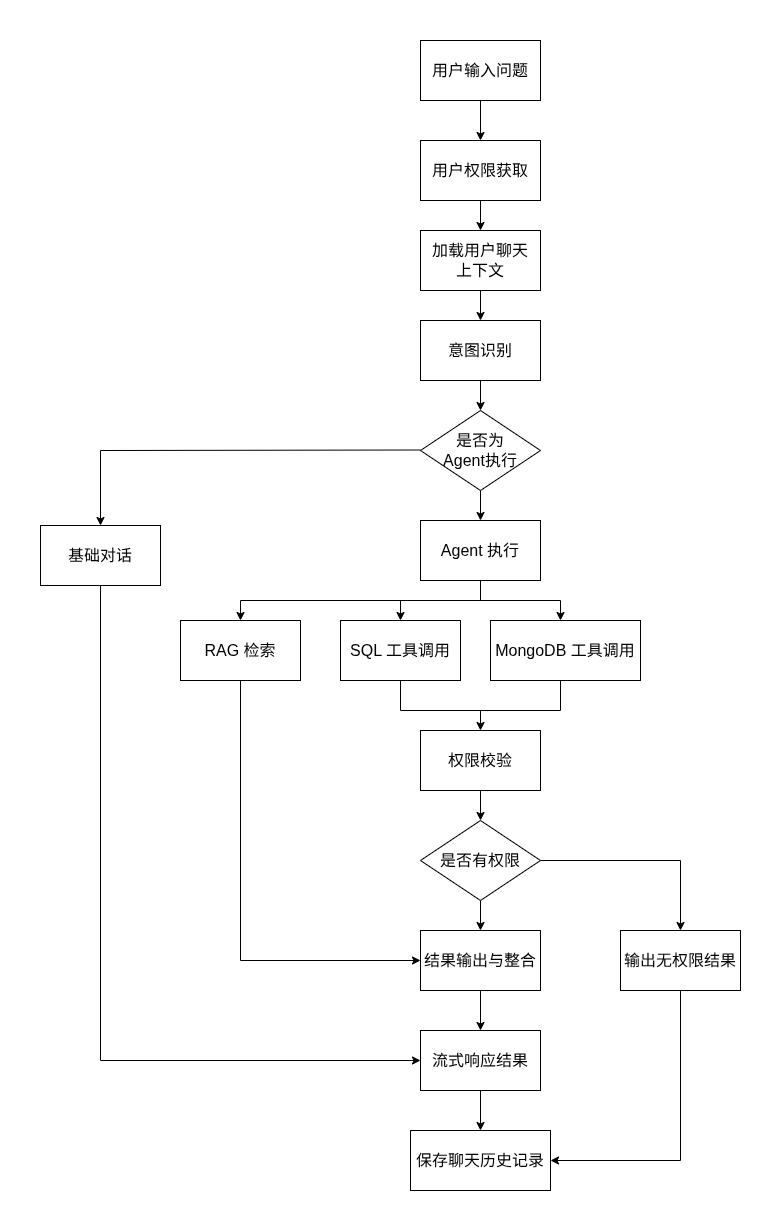
The draw.io diagram static/pic/flowchart/agent.drawio.png in hongch666/mix-web-demo, before a commit. Source tidied: cells renumbered, new cells last; positions are measured from the earlier drawing's top-left corner, leaving out a move shared by most shapes.
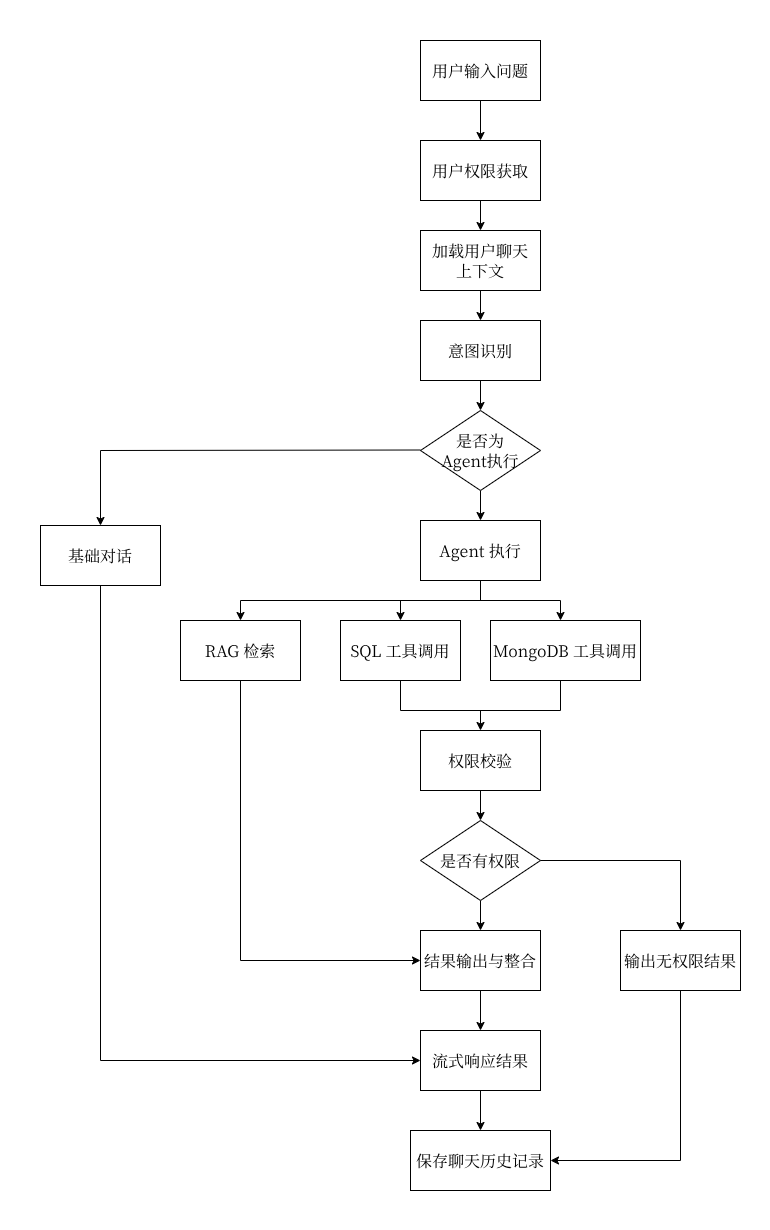
Later version of the same file.

What changed in the source:
```diff
@@ -2,200 +2,200 @@
   <root>
     <mxCell id="0" />
     <mxCell id="1" parent="0" />
-    <mxCell id="2" style="edgeStyle=none;html=1;exitX=0.5;exitY=1;exitDx=0;exitDy=0;entryX=0.5;entryY=0;entryDx=0;entryDy=0;fontSize=16;" parent="1" edge="1" source="3" target="5">
+    <mxCell id="2" style="edgeStyle=none;html=1;exitX=0.5;exitY=1;exitDx=0;exitDy=0;entryX=0.5;entryY=0;entryDx=0;entryDy=0;fontSize=16;fontFamily=宋体;" parent="1" edge="1" source="3" target="5">
       <mxGeometry relative="1" as="geometry" />
     </mxCell>
-    <mxCell id="3" value="用户输入问题" style="rounded=0;whiteSpace=wrap;html=1;fontSize=16;" parent="1" vertex="1">
+    <mxCell id="3" value="用户输入问题" style="rounded=0;whiteSpace=wrap;html=1;fontSize=16;fontFamily=宋体;" parent="1" vertex="1">
       <mxGeometry x="420" y="40" width="120" height="60" as="geometry" />
     </mxCell>
-    <mxCell id="4" style="edgeStyle=none;html=1;exitX=0.5;exitY=1;exitDx=0;exitDy=0;entryX=0.5;entryY=0;entryDx=0;entryDy=0;fontSize=16;" parent="1" edge="1" source="5" target="7">
+    <mxCell id="4" style="edgeStyle=none;html=1;exitX=0.5;exitY=1;exitDx=0;exitDy=0;entryX=0.5;entryY=0;entryDx=0;entryDy=0;fontSize=16;fontFamily=宋体;" parent="1" edge="1" source="5" target="7">
       <mxGeometry relative="1" as="geometry" />
     </mxCell>
-    <mxCell id="5" value="用户权限获取" style="rounded=0;whiteSpace=wrap;html=1;fontSize=16;" parent="1" vertex="1">
+    <mxCell id="5" value="用户权限获取" style="rounded=0;whiteSpace=wrap;html=1;fontSize=16;fontFamily=宋体;" parent="1" vertex="1">
       <mxGeometry x="420" y="140" width="120" height="60" as="geometry" />
     </mxCell>
-    <mxCell id="6" style="edgeStyle=none;html=1;exitX=0.5;exitY=1;exitDx=0;exitDy=0;entryX=0.5;entryY=0;entryDx=0;entryDy=0;fontSize=16;" parent="1" edge="1" source="7" target="9">
+    <mxCell id="6" style="edgeStyle=none;html=1;exitX=0.5;exitY=1;exitDx=0;exitDy=0;entryX=0.5;entryY=0;entryDx=0;entryDy=0;fontSize=16;fontFamily=宋体;" parent="1" edge="1" source="7" target="9">
       <mxGeometry relative="1" as="geometry" />
     </mxCell>
-    <mxCell id="7" value="加载用户聊天&lt;br&gt;上下文" style="rounded=0;whiteSpace=wrap;html=1;fontSize=16;" parent="1" vertex="1">
+    <mxCell id="7" value="加载用户聊天&lt;br&gt;上下文" style="rounded=0;whiteSpace=wrap;html=1;fontSize=16;fontFamily=宋体;" parent="1" vertex="1">
       <mxGeometry x="420" y="230" width="120" height="60" as="geometry" />
     </mxCell>
-    <mxCell id="8" style="edgeStyle=none;html=1;exitX=0.5;exitY=1;exitDx=0;exitDy=0;entryX=0.5;entryY=0;entryDx=0;entryDy=0;fontSize=16;" parent="1" edge="1" source="9" target="13">
+    <mxCell id="8" style="edgeStyle=none;html=1;exitX=0.5;exitY=1;exitDx=0;exitDy=0;entryX=0.5;entryY=0;entryDx=0;entryDy=0;fontSize=16;fontFamily=宋体;" parent="1" edge="1" source="9" target="13">
       <mxGeometry relative="1" as="geometry" />
     </mxCell>
-    <mxCell id="9" value="意图识别" style="rounded=0;whiteSpace=wrap;html=1;fontSize=16;" parent="1" vertex="1">
+    <mxCell id="9" value="意图识别" style="rounded=0;whiteSpace=wrap;html=1;fontSize=16;fontFamily=宋体;" parent="1" vertex="1">
       <mxGeometry x="420" y="320" width="120" height="60" as="geometry" />
     </mxCell>
-    <mxCell id="10" value="基础对话" style="rounded=0;whiteSpace=wrap;html=1;fontSize=16;" parent="1" vertex="1">
+    <mxCell id="10" value="基础对话" style="rounded=0;whiteSpace=wrap;html=1;fontSize=16;fontFamily=宋体;" parent="1" vertex="1">
       <mxGeometry x="40" y="525" width="120" height="60" as="geometry" />
     </mxCell>
-    <mxCell id="11" value="Agent 执行" style="rounded=0;whiteSpace=wrap;html=1;fontSize=16;" parent="1" vertex="1">
+    <mxCell id="11" value="Agent 执行" style="rounded=0;whiteSpace=wrap;html=1;fontSize=16;fontFamily=宋体;" parent="1" vertex="1">
       <mxGeometry x="420" y="520" width="120" height="60" as="geometry" />
     </mxCell>
-    <mxCell id="12" style="edgeStyle=none;html=1;exitX=0.5;exitY=1;exitDx=0;exitDy=0;entryX=0.5;entryY=0;entryDx=0;entryDy=0;fontSize=16;" parent="1" edge="1" source="13" target="11">
+    <mxCell id="12" style="edgeStyle=none;html=1;exitX=0.5;exitY=1;exitDx=0;exitDy=0;entryX=0.5;entryY=0;entryDx=0;entryDy=0;fontSize=16;fontFamily=宋体;" parent="1" edge="1" source="13" target="11">
       <mxGeometry relative="1" as="geometry" />
     </mxCell>
-    <mxCell id="13" value="是否为&lt;br&gt;Agent执行" style="rhombus;whiteSpace=wrap;html=1;fontSize=16;" parent="1" vertex="1">
+    <mxCell id="13" value="是否为&lt;br&gt;Agent执行" style="rhombus;whiteSpace=wrap;html=1;fontSize=16;fontFamily=宋体;" parent="1" vertex="1">
       <mxGeometry x="420" y="410" width="120" height="80" as="geometry" />
     </mxCell>
-    <mxCell id="14" style="edgeStyle=none;html=1;exitX=0.5;exitY=1;exitDx=0;exitDy=0;entryX=0.5;entryY=0;entryDx=0;entryDy=0;fontSize=16;" parent="1" edge="1" source="15" target="17">
+    <mxCell id="14" style="edgeStyle=none;html=1;exitX=0.5;exitY=1;exitDx=0;exitDy=0;entryX=0.5;entryY=0;entryDx=0;entryDy=0;fontSize=16;fontFamily=宋体;" parent="1" edge="1" source="15" target="17">
       <mxGeometry relative="1" as="geometry" />
     </mxCell>
-    <mxCell id="15" value="权限校验" style="rounded=0;whiteSpace=wrap;html=1;fontSize=16;" parent="1" vertex="1">
+    <mxCell id="15" value="权限校验" style="rounded=0;whiteSpace=wrap;html=1;fontSize=16;fontFamily=宋体;" parent="1" vertex="1">
       <mxGeometry x="420" y="730" width="120" height="60" as="geometry" />
     </mxCell>
-    <mxCell id="16" style="edgeStyle=none;html=1;exitX=0.5;exitY=1;exitDx=0;exitDy=0;entryX=0.5;entryY=0;entryDx=0;entryDy=0;fontSize=16;" parent="1" edge="1" source="17">
+    <mxCell id="16" style="edgeStyle=none;html=1;exitX=0.5;exitY=1;exitDx=0;exitDy=0;entryX=0.5;entryY=0;entryDx=0;entryDy=0;fontSize=16;fontFamily=宋体;" parent="1" edge="1" source="17">
       <mxGeometry relative="1" as="geometry">
         <mxPoint x="480" y="930" as="targetPoint" />
       </mxGeometry>
     </mxCell>
-    <mxCell id="17" value="是否有权限" style="rhombus;whiteSpace=wrap;html=1;fontSize=16;" parent="1" vertex="1">
+    <mxCell id="17" value="是否有权限" style="rhombus;whiteSpace=wrap;html=1;fontSize=16;fontFamily=宋体;" parent="1" vertex="1">
       <mxGeometry x="420" y="820" width="120" height="80" as="geometry" />
     </mxCell>
-    <mxCell id="18" value="输出无权限结果" style="rounded=0;whiteSpace=wrap;html=1;fontSize=16;" parent="1" vertex="1">
+    <mxCell id="18" value="输出无权限结果" style="rounded=0;whiteSpace=wrap;html=1;fontSize=16;fontFamily=宋体;" parent="1" vertex="1">
       <mxGeometry x="620" y="930" width="120" height="60" as="geometry" />
     </mxCell>
-    <mxCell id="19" value="SQL 工具调用" style="rounded=0;whiteSpace=wrap;html=1;fontSize=16;" parent="1" vertex="1">
+    <mxCell id="19" value="SQL 工具调用" style="rounded=0;whiteSpace=wrap;html=1;fontSize=16;fontFamily=宋体;" parent="1" vertex="1">
       <mxGeometry x="340" y="620" width="120" height="60" as="geometry" />
     </mxCell>
-    <mxCell id="20" value="RAG 检索" style="rounded=0;whiteSpace=wrap;html=1;fontSize=16;" parent="1" vertex="1">
+    <mxCell id="20" value="RAG 检索" style="rounded=0;whiteSpace=wrap;html=1;fontSize=16;fontFamily=宋体;" parent="1" vertex="1">
       <mxGeometry x="180" y="620" width="120" height="60" as="geometry" />
     </mxCell>
-    <mxCell id="21" value="MongoDB 工具调用" style="rounded=0;whiteSpace=wrap;html=1;fontSize=16;" parent="1" vertex="1">
+    <mxCell id="21" value="MongoDB 工具调用" style="rounded=0;whiteSpace=wrap;html=1;fontSize=16;fontFamily=宋体;" parent="1" vertex="1">
       <mxGeometry x="490" y="620" width="150" height="60" as="geometry" />
     </mxCell>
-    <mxCell id="22" style="edgeStyle=none;html=1;exitX=0.5;exitY=1;exitDx=0;exitDy=0;entryX=0.5;entryY=0;entryDx=0;entryDy=0;fontSize=16;" parent="1" edge="1" source="23" target="25">
+    <mxCell id="22" style="edgeStyle=none;html=1;exitX=0.5;exitY=1;exitDx=0;exitDy=0;entryX=0.5;entryY=0;entryDx=0;entryDy=0;fontSize=16;fontFamily=宋体;" parent="1" edge="1" source="23" target="25">
       <mxGeometry relative="1" as="geometry" />
     </mxCell>
-    <mxCell id="23" value="结果输出与整合" style="rounded=0;whiteSpace=wrap;html=1;fontSize=16;" parent="1" vertex="1">
+    <mxCell id="23" value="结果输出与整合" style="rounded=0;whiteSpace=wrap;html=1;fontSize=16;fontFamily=宋体;" parent="1" vertex="1">
       <mxGeometry x="420" y="930" width="120" height="60" as="geometry" />
     </mxCell>
-    <mxCell id="24" style="edgeStyle=none;html=1;exitX=0.5;exitY=1;exitDx=0;exitDy=0;entryX=0.5;entryY=0;entryDx=0;entryDy=0;fontSize=16;" parent="1" edge="1" source="25" target="26">
+    <mxCell id="24" style="edgeStyle=none;html=1;exitX=0.5;exitY=1;exitDx=0;exitDy=0;entryX=0.5;entryY=0;entryDx=0;entryDy=0;fontSize=16;fontFamily=宋体;" parent="1" edge="1" source="25" target="26">
       <mxGeometry relative="1" as="geometry" />
     </mxCell>
-    <mxCell id="25" value="流式响应结果" style="rounded=0;whiteSpace=wrap;html=1;fontSize=16;" parent="1" vertex="1">
+    <mxCell id="25" value="流式响应结果" style="rounded=0;whiteSpace=wrap;html=1;fontSize=16;fontFamily=宋体;" parent="1" vertex="1">
       <mxGeometry x="420" y="1030" width="120" height="60" as="geometry" />
     </mxCell>
-    <mxCell id="26" value="保存聊天历史记录" style="rounded=0;whiteSpace=wrap;html=1;fontSize=16;" parent="1" vertex="1">
+    <mxCell id="26" value="保存聊天历史记录" style="rounded=0;whiteSpace=wrap;html=1;fontSize=16;fontFamily=宋体;" parent="1" vertex="1">
       <mxGeometry x="410" y="1130" width="140" height="60" as="geometry" />
     </mxCell>
-    <mxCell id="27" style="endArrow=none;html=1;fontSize=16;" parent="1" edge="1">
+    <mxCell id="27" style="endArrow=none;html=1;fontSize=16;fontFamily=宋体;" parent="1" edge="1">
       <mxGeometry relative="1" as="geometry">
         <mxPoint x="100" y="450" as="sourcePoint" />
         <mxPoint x="420" y="449.5" as="targetPoint" />
       </mxGeometry>
     </mxCell>
-    <mxCell id="28" style="endArrow=classic;html=1;fontSize=16;entryX=0.5;entryY=0;entryDx=0;entryDy=0;" parent="1" edge="1" target="10">
+    <mxCell id="28" style="endArrow=classic;html=1;fontSize=16;entryX=0.5;entryY=0;entryDx=0;entryDy=0;fontFamily=宋体;" parent="1" edge="1" target="10">
       <mxGeometry relative="1" as="geometry">
         <mxPoint x="100" y="450" as="sourcePoint" />
       </mxGeometry>
     </mxCell>
-    <mxCell id="29" style="endArrow=none;html=1;fontSize=16;" parent="1" edge="1">
+    <mxCell id="29" style="endArrow=none;html=1;fontSize=16;fontFamily=宋体;" parent="1" edge="1">
       <mxGeometry relative="1" as="geometry">
         <mxPoint x="480" y="600" as="sourcePoint" />
         <mxPoint x="480" y="580" as="targetPoint" />
       </mxGeometry>
     </mxCell>
-    <mxCell id="30" style="endArrow=none;html=1;fontSize=16;" parent="1" edge="1">
+    <mxCell id="30" style="endArrow=none;html=1;fontSize=16;fontFamily=宋体;" parent="1" edge="1">
       <mxGeometry relative="1" as="geometry">
         <mxPoint x="240" y="600" as="sourcePoint" />
         <mxPoint x="560" y="600" as="targetPoint" />
       </mxGeometry>
     </mxCell>
-    <mxCell id="31" style="endArrow=classic;html=1;fontSize=16;" parent="1" edge="1" target="20">
+    <mxCell id="31" style="endArrow=classic;html=1;fontSize=16;fontFamily=宋体;" parent="1" edge="1" target="20">
       <mxGeometry relative="1" as="geometry">
         <mxPoint x="240" y="600" as="sourcePoint" />
       </mxGeometry>
     </mxCell>
-    <mxCell id="32" style="endArrow=classic;html=1;fontSize=16;entryX=0.5;entryY=0;entryDx=0;entryDy=0;" parent="1" edge="1" target="19">
+    <mxCell id="32" style="endArrow=classic;html=1;fontSize=16;entryX=0.5;entryY=0;entryDx=0;entryDy=0;fontFamily=宋体;" parent="1" edge="1" target="19">
       <mxGeometry relative="1" as="geometry">
         <mxPoint x="400" y="600" as="sourcePoint" />
       </mxGeometry>
     </mxCell>
-    <mxCell id="33" style="endArrow=classic;html=1;fontSize=16;" parent="1" edge="1">
+    <mxCell id="33" style="endArrow=classic;html=1;fontSize=16;fontFamily=宋体;" parent="1" edge="1">
       <mxGeometry relative="1" as="geometry">
         <mxPoint x="560" y="600" as="sourcePoint" />
         <mxPoint x="560" y="620" as="targetPoint" />
       </mxGeometry>
     </mxCell>
-    <mxCell id="34" style="endArrow=none;html=1;fontSize=16;" parent="1" edge="1">
+    <mxCell id="34" style="endArrow=none;html=1;fontSize=16;fontFamily=宋体;" parent="1" edge="1">
       <mxGeometry relative="1" as="geometry">
         <mxPoint x="400" y="710" as="sourcePoint" />
         <mxPoint x="400" y="680" as="targetPoint" />
       </mxGeometry>
     </mxCell>
-    <mxCell id="35" style="endArrow=none;html=1;fontSize=16;" parent="1" edge="1">
+    <mxCell id="35" style="endArrow=none;html=1;fontSize=16;fontFamily=宋体;" parent="1" edge="1">
       <mxGeometry relative="1" as="geometry">
         <mxPoint x="560" y="710" as="sourcePoint" />
         <mxPoint x="560" y="680" as="targetPoint" />
       </mxGeometry>
     </mxCell>
-    <mxCell id="36" style="endArrow=none;html=1;fontSize=16;" parent="1" edge="1">
+    <mxCell id="36" style="endArrow=none;html=1;fontSize=16;fontFamily=宋体;" parent="1" edge="1">
       <mxGeometry relative="1" as="geometry">
         <mxPoint x="400" y="710" as="sourcePoint" />
         <mxPoint x="560" y="710" as="targetPoint" />
       </mxGeometry>
     </mxCell>
-    <mxCell id="37" style="endArrow=classic;html=1;fontSize=16;entryX=0.5;entryY=0;entryDx=0;entryDy=0;" parent="1" edge="1" target="15">
+    <mxCell id="37" style="endArrow=classic;html=1;fontSize=16;entryX=0.5;entryY=0;entryDx=0;entryDy=0;fontFamily=宋体;" parent="1" edge="1" target="15">
       <mxGeometry relative="1" as="geometry">
         <mxPoint x="480" y="710" as="sourcePoint" />
       </mxGeometry>
     </mxCell>
-    <mxCell id="38" style="endArrow=none;html=1;fontSize=16;" parent="1" edge="1">
+    <mxCell id="38" style="endArrow=none;html=1;fontSize=16;fontFamily=宋体;" parent="1" edge="1">
       <mxGeometry relative="1" as="geometry">
         <mxPoint x="540" y="860" as="sourcePoint" />
         <mxPoint x="680" y="860" as="targetPoint" />
       </mxGeometry>
     </mxCell>
-    <mxCell id="39" style="endArrow=classic;html=1;fontSize=16;" parent="1" edge="1" target="18">
+    <mxCell id="39" style="endArrow=classic;html=1;fontSize=16;fontFamily=宋体;" parent="1" edge="1" target="18">
       <mxGeometry relative="1" as="geometry">
         <mxPoint x="680" y="860" as="sourcePoint" />
       </mxGeometry>
     </mxCell>
-    <mxCell id="40" style="endArrow=none;html=1;fontSize=16;" parent="1" edge="1">
+    <mxCell id="40" style="endArrow=none;html=1;fontSize=16;fontFamily=宋体;" parent="1" edge="1">
       <mxGeometry relative="1" as="geometry">
         <mxPoint x="680" y="1160" as="sourcePoint" />
         <mxPoint x="680" y="990" as="targetPoint" />
       </mxGeometry>
     </mxCell>
-    <mxCell id="41" style="endArrow=classic;html=1;fontSize=16;" parent="1" edge="1">
+    <mxCell id="41" style="endArrow=classic;html=1;fontSize=16;fontFamily=宋体;" parent="1" edge="1">
       <mxGeometry relative="1" as="geometry">
         <mxPoint x="680" y="1160" as="sourcePoint" />
         <mxPoint x="550" y="1160" as="targetPoint" />
       </mxGeometry>
     </mxCell>
-    <mxCell id="42" style="endArrow=none;html=1;fontSize=16;" parent="1" edge="1">
+    <mxCell id="42" style="endArrow=none;html=1;fontSize=16;fontFamily=宋体;" parent="1" edge="1">
       <mxGeometry relative="1" as="geometry">
         <mxPoint x="240" y="960" as="sourcePoint" />
         <mxPoint x="240" y="680" as="targetPoint" />
       </mxGeometry>
     </mxCell>
-    <mxCell id="43" style="endArrow=classic;html=1;fontSize=16;entryX=0;entryY=0.5;entryDx=0;entryDy=0;" parent="1" edge="1" target="23">
+    <mxCell id="43" style="endArrow=classic;html=1;fontSize=16;entryX=0;entryY=0.5;entryDx=0;entryDy=0;fontFamily=宋体;" parent="1" edge="1" target="23">
       <mxGeometry relative="1" as="geometry">
         <mxPoint x="240" y="960" as="sourcePoint" />
       </mxGeometry>
     </mxCell>
-    <mxCell id="44" style="endArrow=none;html=1;fontSize=16;" parent="1" edge="1">
+    <mxCell id="44" style="endArrow=none;html=1;fontSize=16;fontFamily=宋体;" parent="1" edge="1">
       <mxGeometry relative="1" as="geometry">
         <mxPoint x="100" y="1060" as="sourcePoint" />
         <mxPoint x="100" y="585" as="targetPoint" />
       </mxGeometry>
     </mxCell>
-    <mxCell id="45" style="endArrow=classic;html=1;fontSize=16;entryX=0;entryY=0.5;entryDx=0;entryDy=0;" parent="1" edge="1" target="25">
+    <mxCell id="45" style="endArrow=classic;html=1;fontSize=16;entryX=0;entryY=0.5;entryDx=0;entryDy=0;fontFamily=宋体;" parent="1" edge="1" target="25">
       <mxGeometry relative="1" as="geometry">
         <mxPoint x="100" y="1060" as="sourcePoint" />
       </mxGeometry>
     </mxCell>
-    <mxCell id="46" style="rounded=0;whiteSpace=wrap;html=1;textOpacity=0;labelBorderColor=light-dark(#000000,#FFFFFF);fontColor=none;noLabel=1;strokeColor=none;labelBackgroundColor=default;" parent="1" vertex="1">
+    <mxCell id="46" style="rounded=0;whiteSpace=wrap;html=1;textOpacity=0;labelBorderColor=light-dark(#000000,#FFFFFF);fontColor=none;noLabel=1;strokeColor=none;labelBackgroundColor=default;fontFamily=宋体;" parent="1" vertex="1">
       <mxGeometry x="460" y="1200" width="10" height="30" as="geometry" />
     </mxCell>
-    <mxCell id="47" style="rounded=0;whiteSpace=wrap;html=1;textOpacity=0;labelBorderColor=light-dark(#000000,#FFFFFF);fontColor=none;noLabel=1;strokeColor=none;labelBackgroundColor=default;" parent="1" vertex="1">
+    <mxCell id="47" style="rounded=0;whiteSpace=wrap;html=1;textOpacity=0;labelBorderColor=light-dark(#000000,#FFFFFF);fontColor=none;noLabel=1;strokeColor=none;labelBackgroundColor=default;fontFamily=宋体;" parent="1" vertex="1">
       <mxGeometry x="760" y="945" width="10" height="30" as="geometry" />
     </mxCell>
-    <mxCell id="48" style="rounded=0;whiteSpace=wrap;html=1;textOpacity=0;labelBorderColor=light-dark(#000000,#FFFFFF);fontColor=none;noLabel=1;strokeColor=none;labelBackgroundColor=default;" parent="1" vertex="1">
+    <mxCell id="48" style="rounded=0;whiteSpace=wrap;html=1;textOpacity=0;labelBorderColor=light-dark(#000000,#FFFFFF);fontColor=none;noLabel=1;strokeColor=none;labelBackgroundColor=default;fontFamily=宋体;" parent="1" vertex="1">
       <mxGeometry y="525" width="10" height="30" as="geometry" />
     </mxCell>
-    <mxCell id="49" style="rounded=0;whiteSpace=wrap;html=1;textOpacity=0;labelBorderColor=light-dark(#000000,#FFFFFF);fontColor=none;noLabel=1;strokeColor=none;labelBackgroundColor=default;" parent="1" vertex="1">
+    <mxCell id="49" style="rounded=0;whiteSpace=wrap;html=1;textOpacity=0;labelBorderColor=light-dark(#000000,#FFFFFF);fontColor=none;noLabel=1;strokeColor=none;labelBackgroundColor=default;fontFamily=宋体;" parent="1" vertex="1">
       <mxGeometry x="475" width="10" height="30" as="geometry" />
     </mxCell>
   </root>
```
